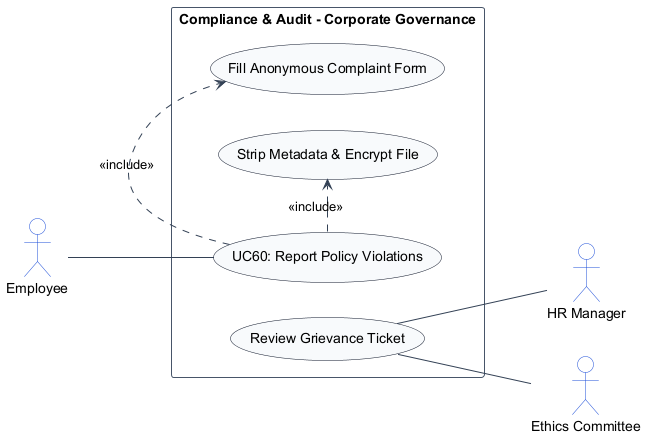
Earlier version of the PlantUML export usecase_images/UC60.png (TamBui1706/HRPlatform). Source of this version:
```plantuml
@startuml
left to right direction
skinparam shadowing false
skinparam packageStyle rectangle
skinparam actorStyle stickman

skinparam ArrowColor #334155
skinparam ActorBorderColor #1d4ed8
skinparam ActorBackgroundColor #ffffff
skinparam UsecaseBorderColor #0f172a
skinparam UsecaseBackgroundColor #f8fafc
skinparam RectangleBorderColor #475569
skinparam RectangleBackgroundColor #ffffff

actor "Employee" as Employee
actor "HR Manager" as HRManager
actor "Ethics Committee" as EthicsCommittee

rectangle "Compliance & Audit - Corporate Governance" {
    usecase "UC60: Report Policy Violations" as UC_Main
    usecase "Fill Anonymous Complaint Form" as UC_FillAnon
    usecase "Strip Metadata & Encrypt File" as UC_StripExif
    usecase "Review Grievance Ticket" as UC_ReviewTicket

    Employee -- UC_Main
    UC_Main .> UC_FillAnon : <<include>>
    UC_Main .> UC_StripExif : <<include>>
    UC_ReviewTicket -- EthicsCommittee
    UC_ReviewTicket -- HRManager
}
@enduml
```
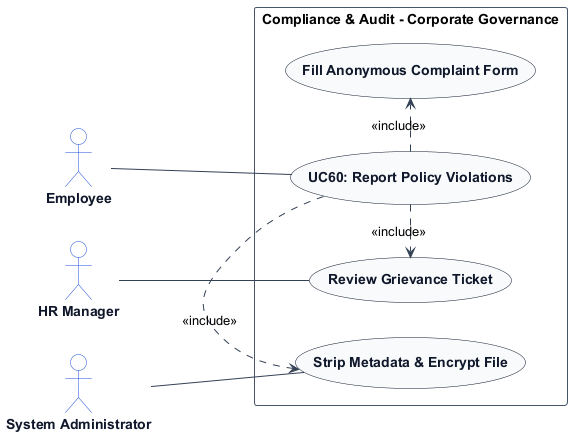
After the commit.

Change to the diagram source:
```diff
@@ -7,14 +7,20 @@
 skinparam ArrowColor #334155
 skinparam ActorBorderColor #1d4ed8
 skinparam ActorBackgroundColor #ffffff
+skinparam ActorFontColor #0f172a
+skinparam ActorFontStyle bold
+
 skinparam UsecaseBorderColor #0f172a
 skinparam UsecaseBackgroundColor #f8fafc
+skinparam UsecaseFontColor #0f172a
+skinparam UsecaseFontStyle bold
+
 skinparam RectangleBorderColor #475569
 skinparam RectangleBackgroundColor #ffffff
 
 actor "Employee" as Employee
 actor "HR Manager" as HRManager
-actor "Ethics Committee" as EthicsCommittee
+actor "System Administrator" as SystemAdministrator
 
 rectangle "Compliance & Audit - Corporate Governance" {
     usecase "UC60: Report Policy Violations" as UC_Main
@@ -23,9 +29,10 @@
     usecase "Review Grievance Ticket" as UC_ReviewTicket
 
     Employee -- UC_Main
+    HRManager -- UC_ReviewTicket
+    SystemAdministrator -- UC_StripExif
     UC_Main .> UC_FillAnon : <<include>>
     UC_Main .> UC_StripExif : <<include>>
-    UC_ReviewTicket -- EthicsCommittee
-    UC_ReviewTicket -- HRManager
+    UC_Main .> UC_ReviewTicket : <<include>>
 }
 @enduml
```
